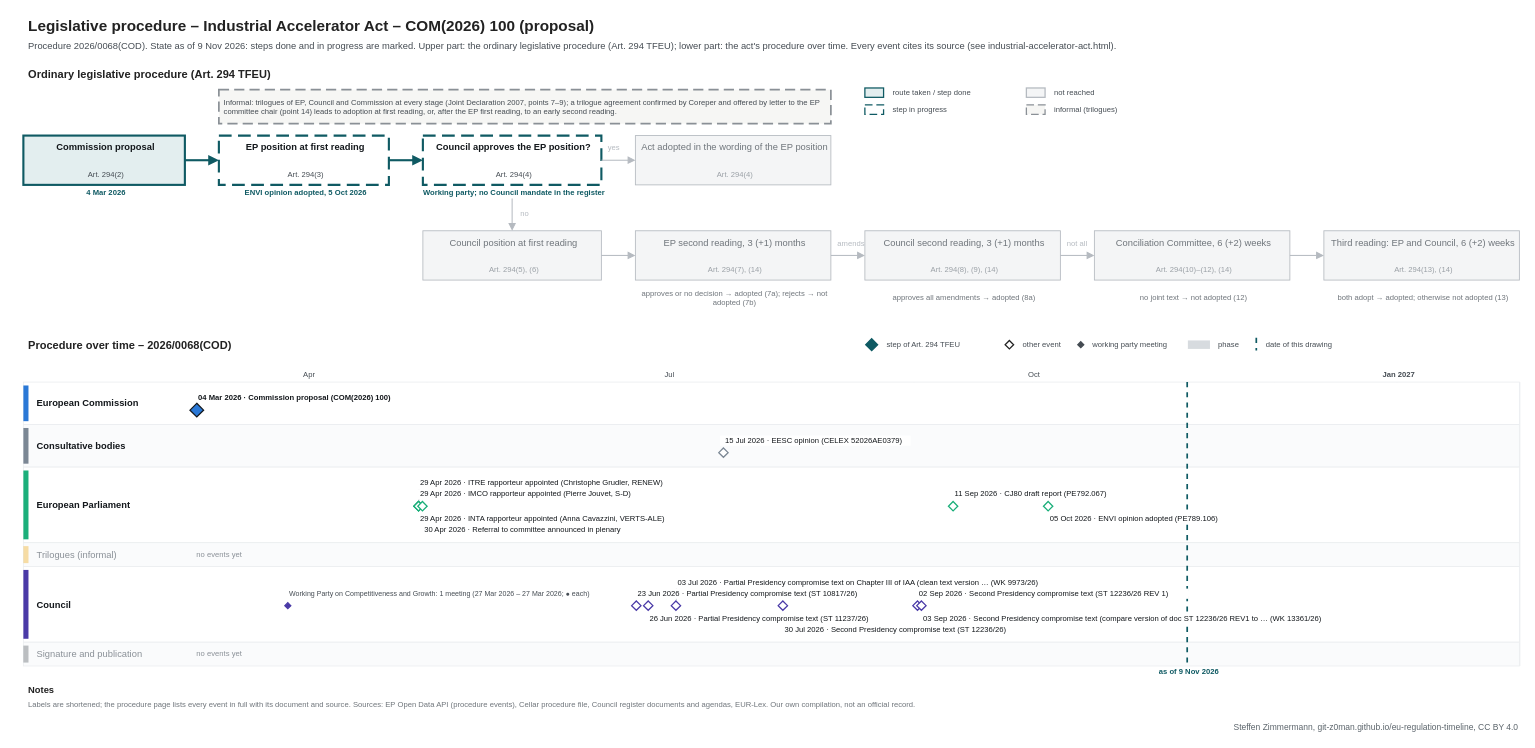
Above: procedures/industrial-accelerator-act.drawio in git-z0man/eu-regulation-timeline (draw.io), before the change. Source tidied: cells renumbered, new cells numbered last; positions are measured from the earlier drawing's top-left corner, leaving out a move shared by most shapes. Both pictures are drawn from the tidied source at 85%, with x=0, y=0 at pixel (14, 14).
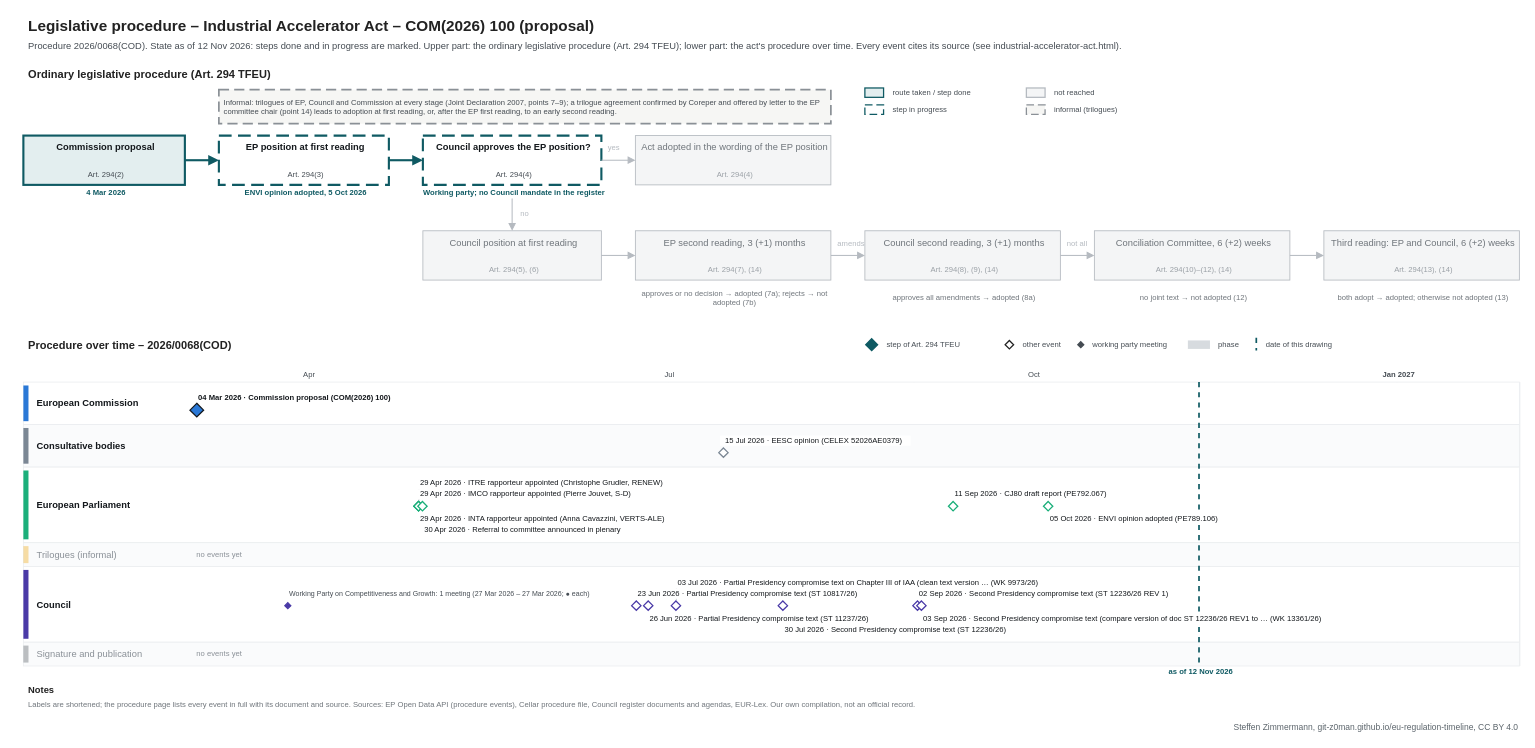
Above is the later version.

Diff of the diagram source:
```diff
@@
-    <mxCell id="3" value="Procedure 2026/0068(COD). State as of 9 Nov 2026: steps done and in progress are marked. Upper part: the ordinary legislative procedure (Art. 294 TFEU); lower part: the act's procedure over time. Every event cites its source (see industrial-accelerator-act.html)." style="text;html=1;fontSize=11;fontColor=#454c53;align=left;verticalAlign=middle;spacingLeft=4;" parent="1" vertex="1">
+    <mxCell id="3" value="Procedure 2026/0068(COD). State as of 12 Nov 2026: steps done and in progress are marked. Upper part: the ordinary legislative procedure (Art. 294 TFEU); lower part: the act's procedure over time. Every event cites its source (see industrial-accelerator-act.html)." style="text;html=1;fontSize=11;fontColor=#454c53;align=left;verticalAlign=middle;spacingLeft=4;" parent="1" vertex="1">
       <mxGeometry x="10" y="28" width="1700" height="18" as="geometry" />
     </mxCell>
@@
     <mxCell id="108" style="line;html=1;strokeWidth=2;strokeColor=#0f5a63;direction=south;dashed=1;" parent="1" vertex="1">
-      <mxGeometry x="1378.7" y="432" width="1" height="334" as="geometry" />
+      <mxGeometry x="1392.6" y="432" width="1" height="334" as="geometry" />
     </mxCell>
-    <mxCell id="109" value="as of 9 Nov 2026" style="text;html=1;fontSize=9;fontColor=#0f5a63;align=center;verticalAlign=middle;spacingLeft=4;fontStyle=1;" parent="1" vertex="1">
-      <mxGeometry x="1318.7" y="767" width="120" height="12" as="geometry" />
+    <mxCell id="109" value="as of 12 Nov 2026" style="text;html=1;fontSize=9;fontColor=#0f5a63;align=center;verticalAlign=middle;spacingLeft=4;fontStyle=1;" parent="1" vertex="1">
+      <mxGeometry x="1332.6" y="767" width="120" height="12" as="geometry" />
     </mxCell>
```
